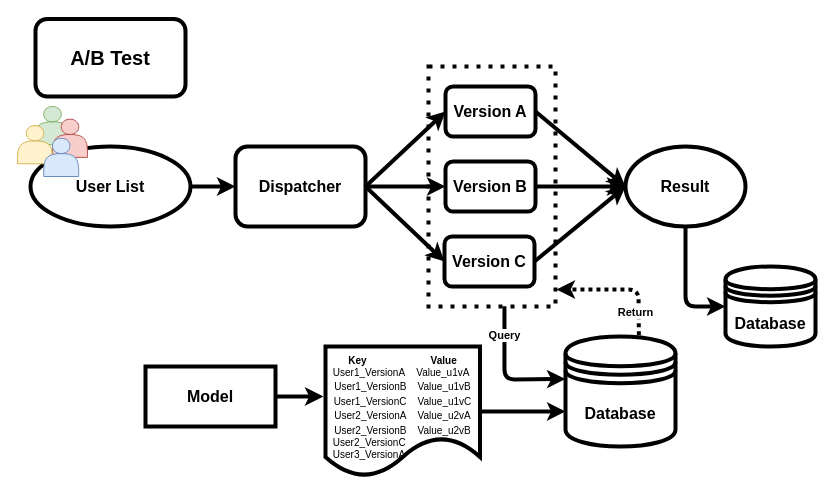
udothemath/my_drawio keeps this draw.io diagram as page "versionLatest" (1 of 3) of my_abtest_workflow.drawio. Above is the earlier version. Source tidied: cells renumbered, new cells numbered last; positions are measured from the earlier drawing's top-left corner, leaving out a move shared by most shapes. Both pictures are drawn from the tidied source at 100%, with x=0, y=0 at pixel (17, 18).
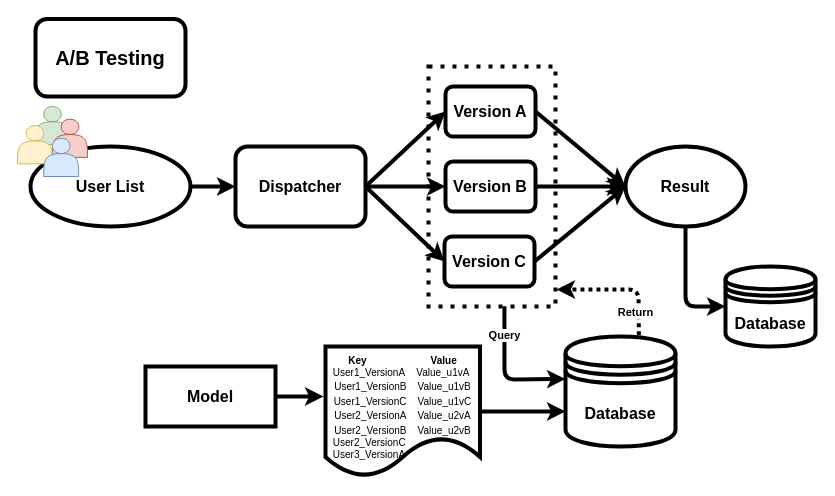
The same diagram, later.

What changed in the source:
```diff
@@
-    <mxCell id="17" value="&lt;font style=&quot;font-size: 20px&quot;&gt;&lt;b&gt;A/B Test&lt;/b&gt;&lt;/font&gt;" style="rounded=1;whiteSpace=wrap;html=1;strokeWidth=4;fillColor=none;align=center;" parent="1" vertex="1">
+    <mxCell id="17" value="&lt;font style=&quot;font-size: 20px&quot;&gt;&lt;b&gt;A/B Testing&lt;/b&gt;&lt;/font&gt;" style="rounded=1;whiteSpace=wrap;html=1;strokeWidth=4;fillColor=none;align=center;" parent="1" vertex="1">
       <mxGeometry x="18" y="0.5" width="150" height="77.5" as="geometry" />
     </mxCell>
```
